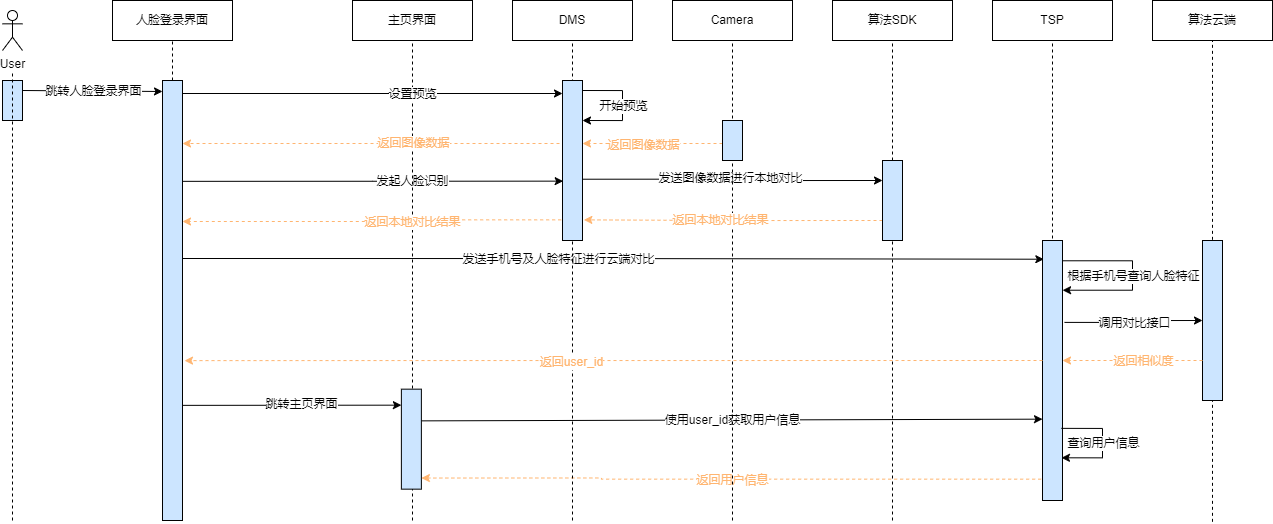
Earlier version of the draw.io export x9hp/人脸登录时序图.png (notigit/Image). Source tidied: cells renumbered, new cells last; positions are measured from the earlier drawing's top-left corner, leaving out a move shared by most shapes.
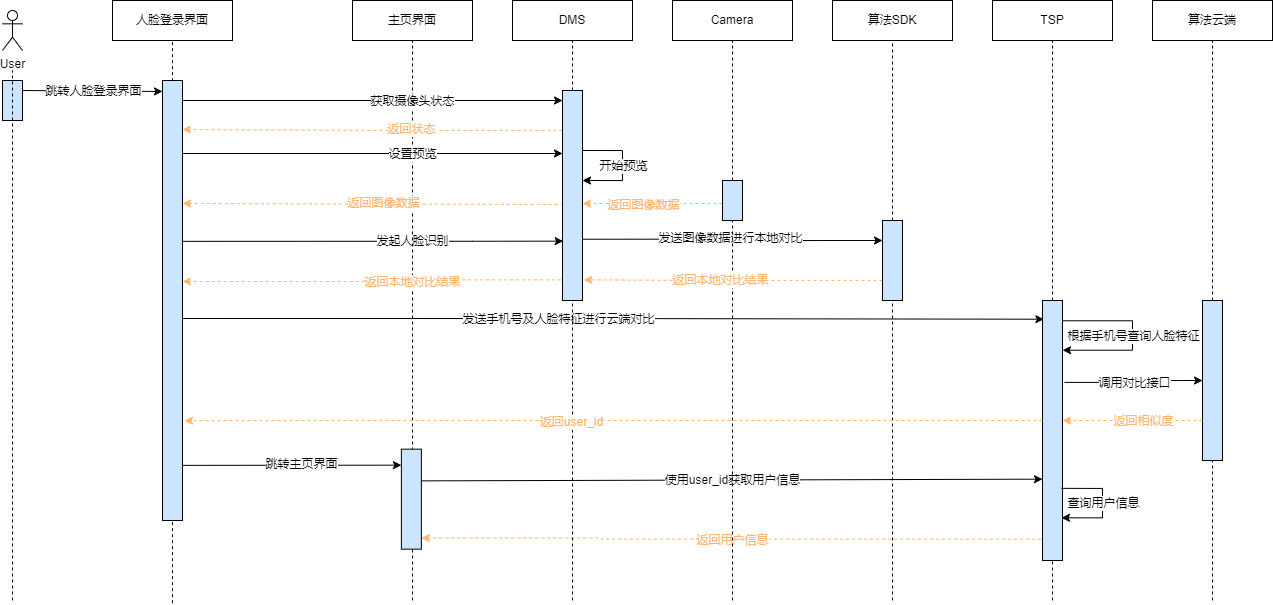
After the commit.

Commit message:
更新人脸登录时序图.png

Change to the diagram source:
```diff
@@ -16,16 +16,23 @@
     </mxCell>
     <mxCell id="6" style="endArrow=none;dashed=1;html=1;rounded=0;" parent="1" edge="1">
       <mxGeometry relative="1" as="geometry">
-        <mxPoint x="10" y="520" as="sourcePoint" />
+        <mxPoint x="10" y="600" as="sourcePoint" />
         <mxPoint x="10" y="70" as="targetPoint" />
       </mxGeometry>
     </mxCell>
-    <mxCell id="7" style="endArrow=none;dashed=1;html=1;rounded=0;startArrow=none;entryX=0.5;entryY=1;entryDx=0;entryDy=0;" parent="1" edge="1" source="62" target="2">
-      <mxGeometry relative="1" as="geometry" />
+    <mxCell id="7" style="endArrow=none;dashed=1;html=1;rounded=0;startArrow=none;entryX=0.5;entryY=1;entryDx=0;entryDy=0;" parent="1" edge="1" target="2">
+      <mxGeometry relative="1" as="geometry">
+        <mxPoint x="170" y="602.7" as="sourcePoint" />
+      </mxGeometry>
     </mxCell>
-    <mxCell id="8" style="edgeStyle=orthogonalEdgeStyle;rounded=0;jettySize=auto;html=1;entryX=0.033;entryY=0.629;entryDx=0;entryDy=0;entryPerimeter=0;fontColor=#FFB570;strokeColor=#000000;exitX=1.033;exitY=0.169;exitDx=0;exitDy=0;exitPerimeter=0;" parent="1" edge="1" target="36">
+    <mxCell id="8" style="edgeStyle=orthogonalEdgeStyle;rounded=0;orthogonalLoop=1;jettySize=auto;html=1;entryX=0.033;entryY=0.629;entryDx=0;entryDy=0;entryPerimeter=0;fontColor=#FFB570;strokeColor=#000000;exitX=1.033;exitY=0.169;exitDx=0;exitDy=0;exitPerimeter=0;" parent="1" edge="1">
       <mxGeometry relative="1" as="geometry">
-        <mxPoint x="180.7" y="180.8" as="sourcePoint" />
+        <mxPoint x="180.7" y="240.8" as="sourcePoint" />
+        <mxPoint x="560.7" y="240.6" as="targetPoint" />
+        <Array as="points">
+          <mxPoint x="470" y="241" />
+          <mxPoint x="470" y="241" />
+        </Array>
       </mxGeometry>
     </mxCell>
     <mxCell id="9" value="发起人脸识别" style="edgeLabel;html=1;align=center;verticalAlign=middle;fontColor=#000000;" parent="8" vertex="1">
@@ -35,7 +42,7 @@
     </mxCell>
     <mxCell id="10" style="edgeStyle=orthogonalEdgeStyle;rounded=0;jettySize=auto;html=1;entryX=0.067;entryY=0.072;entryDx=0;entryDy=0;fontColor=#000000;strokeColor=#000000;entryPerimeter=0;" parent="1" edge="1" target="15">
       <mxGeometry relative="1" as="geometry">
-        <mxPoint x="180" y="258" as="sourcePoint" />
+        <mxPoint x="180" y="318" as="sourcePoint" />
       </mxGeometry>
     </mxCell>
     <mxCell id="11" value="发送手机号及人脸特征进行云端对比" style="edgeLabel;html=1;align=center;verticalAlign=middle;fontColor=#000000;" parent="10" vertex="1">
@@ -43,7 +50,7 @@
     </mxCell>
     <mxCell id="12" style="endArrow=none;dashed=1;html=1;rounded=0;startArrow=none;entryX=0.5;entryY=1;entryDx=0;entryDy=0;" parent="1" edge="1" target="3">
       <mxGeometry relative="1" as="geometry">
-        <mxPoint x="1050" y="400" as="sourcePoint" />
+        <mxPoint x="1050" y="600" as="sourcePoint" />
       </mxGeometry>
     </mxCell>
     <mxCell id="13" style="edgeStyle=orthogonalEdgeStyle;rounded=0;jettySize=auto;html=1;exitX=1.1;exitY=0.315;exitDx=0;exitDy=0;entryX=0;entryY=0.5;entryDx=0;entryDy=0;fontColor=#000000;strokeColor=#000000;exitPerimeter=0;" parent="1" edge="1" source="15" target="54">
@@ -55,7 +62,7 @@
       </mxGeometry>
     </mxCell>
     <mxCell id="15" style="rounded=0;whiteSpace=wrap;html=1;fillColor=#CCE5FF;" parent="1" vertex="1">
-      <mxGeometry x="1040" y="240" width="20" height="260" as="geometry" />
+      <mxGeometry x="1040" y="300" width="20" height="260" as="geometry" />
     </mxCell>
     <mxCell id="16" style="endArrow=classic;html=1;rounded=0;exitX=1;exitY=0.25;exitDx=0;exitDy=0;" parent="1" edge="1" source="5">
       <mxGeometry relative="1" as="geometry">
@@ -74,8 +81,8 @@
     </mxCell>
     <mxCell id="19" style="endArrow=classic;html=1;rounded=0;fontSize=11;fontColor=#FFB570;strokeColor=#000000;fillColor=#FFF2CC;exitX=1;exitY=0.25;exitDx=0;exitDy=0;entryX=0;entryY=0.125;entryDx=0;entryDy=0;entryPerimeter=0;" parent="1" edge="1">
       <mxGeometry relative="1" as="geometry">
-        <mxPoint x="418.9" y="420.4" as="sourcePoint" />
-        <mxPoint x="1040" y="418.7" as="targetPoint" />
+        <mxPoint x="418.9" y="480.4" as="sourcePoint" />
+        <mxPoint x="1040" y="478.7" as="targetPoint" />
       </mxGeometry>
     </mxCell>
     <mxCell id="20" value="使用user_id获取用户信息" style="edgeLabel;html=1;align=center;verticalAlign=middle;fontSize=11;fontColor=#000000;fillColor=#FFB570;" parent="19" vertex="1">
@@ -83,11 +90,11 @@
     </mxCell>
     <mxCell id="21" style="endArrow=classic;html=1;rounded=0;fontSize=11;fontColor=#000000;strokeColor=#000000;fillColor=#FFF2CC;edgeStyle=orthogonalEdgeStyle;entryX=1.004;entryY=0.618;entryDx=0;entryDy=0;exitX=1;exitY=0.25;exitDx=0;exitDy=0;entryPerimeter=0;" parent="1" edge="1">
       <mxGeometry relative="1" as="geometry">
-        <mxPoint x="1058.9" y="427.9" as="sourcePoint" />
-        <mxPoint x="1059" y="457.3" as="targetPoint" />
+        <mxPoint x="1058.9" y="487.9" as="sourcePoint" />
+        <mxPoint x="1059" y="517.3" as="targetPoint" />
         <Array as="points">
-          <mxPoint x="1100" y="427.7" />
-          <mxPoint x="1100" y="457.7" />
+          <mxPoint x="1100" y="487.7" />
+          <mxPoint x="1100" y="517.7" />
         </Array>
       </mxGeometry>
     </mxCell>
@@ -96,10 +103,10 @@
     </mxCell>
     <mxCell id="23" style="edgeStyle=orthogonalEdgeStyle;rounded=0;orthogonalLoop=1;jettySize=auto;html=1;exitX=-0.067;exitY=0.875;exitDx=0;exitDy=0;fontSize=11;dashed=1;fillColor=#FFF2CC;strokeColor=#FFB570;exitPerimeter=0;" parent="1" edge="1">
       <mxGeometry relative="1" as="geometry">
-        <mxPoint x="1038.7" y="478.7" as="sourcePoint" />
-        <mxPoint x="418.9" y="477.5" as="targetPoint" />
+        <mxPoint x="1038.7" y="538.7" as="sourcePoint" />
+        <mxPoint x="418.9" y="537.5" as="targetPoint" />
         <Array as="points">
-          <mxPoint x="599" y="477.7" />
+          <mxPoint x="599" y="537.7" />
         </Array>
       </mxGeometry>
     </mxCell>
@@ -113,16 +120,16 @@
     </mxCell>
     <mxCell id="26" style="endArrow=none;dashed=1;html=1;rounded=0;startArrow=none;entryX=0.5;entryY=1;entryDx=0;entryDy=0;" parent="1" edge="1" target="25">
       <mxGeometry relative="1" as="geometry">
-        <mxPoint x="410" y="520" as="sourcePoint" />
+        <mxPoint x="410" y="600" as="sourcePoint" />
       </mxGeometry>
     </mxCell>
     <mxCell id="27" style="rounded=0;whiteSpace=wrap;html=1;fillColor=#CCE5FF;" parent="1" vertex="1">
-      <mxGeometry x="398.9" y="388.7" width="20" height="100" as="geometry" />
+      <mxGeometry x="398.9" y="448.7" width="20" height="100" as="geometry" />
     </mxCell>
     <mxCell id="28" style="endArrow=classic;html=1;rounded=0;fontSize=11;fontColor=#000000;strokeColor=#000000;fillColor=#FFF2CC;exitX=1.056;exitY=0.554;exitDx=0;exitDy=0;exitPerimeter=0;" parent="1" edge="1">
       <mxGeometry relative="1" as="geometry">
-        <mxPoint x="180" y="404.9" as="sourcePoint" />
-        <mxPoint x="398.9" y="404.7" as="targetPoint" />
+        <mxPoint x="180" y="464.9" as="sourcePoint" />
+        <mxPoint x="398.9" y="464.7" as="targetPoint" />
       </mxGeometry>
     </mxCell>
     <mxCell id="29" value="跳转主页界面" style="edgeLabel;html=1;align=center;verticalAlign=middle;fontSize=11;fontColor=#000000;fillColor=#FFB570;" parent="28" vertex="1">
@@ -135,14 +142,14 @@
     </mxCell>
     <mxCell id="31" style="endArrow=none;dashed=1;html=1;rounded=0;startArrow=none;entryX=0.5;entryY=1;entryDx=0;entryDy=0;" parent="1" edge="1" target="30">
       <mxGeometry relative="1" as="geometry">
-        <mxPoint x="570" y="520" as="sourcePoint" />
+        <mxPoint x="570" y="600" as="sourcePoint" />
       </mxGeometry>
     </mxCell>
-    <mxCell id="32" style="edgeStyle=orthogonalEdgeStyle;rounded=0;jettySize=auto;html=1;exitX=0;exitY=0.75;exitDx=0;exitDy=0;dashed=1;fontColor=#FFB570;strokeColor=#FFB570;" parent="1" edge="1" source="36">
+    <mxCell id="32" style="edgeStyle=orthogonalEdgeStyle;rounded=0;jettySize=auto;html=1;exitX=0.067;exitY=0.543;exitDx=0;exitDy=0;dashed=1;fontColor=#FFB570;strokeColor=#FFB570;exitPerimeter=0;" parent="1" edge="1" source="68">
       <mxGeometry relative="1" as="geometry">
-        <mxPoint x="180" y="143" as="targetPoint" />
+        <mxPoint x="180" y="203" as="targetPoint" />
         <Array as="points">
-          <mxPoint x="180" y="143" />
+          <mxPoint x="561" y="203" />
         </Array>
       </mxGeometry>
     </mxCell>
@@ -151,32 +158,31 @@
         <mxPoint x="-2" as="offset" />
       </mxGeometry>
     </mxCell>
-    <mxCell id="34" style="edgeStyle=orthogonalEdgeStyle;rounded=0;jettySize=auto;html=1;exitX=0.967;exitY=0.617;exitDx=0;exitDy=0;fontColor=#FFB570;strokeColor=#000000;entryX=0;entryY=0.25;entryDx=0;entryDy=0;exitPerimeter=0;" parent="1" edge="1" source="36" target="50">
-      <mxGeometry relative="1" as="geometry" />
+    <mxCell id="34" style="edgeStyle=orthogonalEdgeStyle;rounded=0;jettySize=auto;html=1;exitX=0.967;exitY=0.617;exitDx=0;exitDy=0;fontColor=#FFB570;strokeColor=#000000;entryX=0;entryY=0.25;entryDx=0;entryDy=0;exitPerimeter=0;" parent="1" edge="1" target="50">
+      <mxGeometry relative="1" as="geometry">
+        <mxPoint x="579.3" y="238.7" as="sourcePoint" />
+      </mxGeometry>
     </mxCell>
     <mxCell id="35" value="发送图像数据进行本地对比" style="edgeLabel;html=1;align=center;verticalAlign=middle;fontColor=#000000;" parent="34" vertex="1">
       <mxGeometry x="-0.14" y="1" relative="1" as="geometry">
         <mxPoint x="19" as="offset" />
       </mxGeometry>
     </mxCell>
-    <mxCell id="36" style="rounded=0;whiteSpace=wrap;html=1;fillColor=#CCE5FF;" parent="1" vertex="1">
-      <mxGeometry x="560" y="80" width="20" height="160" as="geometry" />
-    </mxCell>
     <mxCell id="37" value="Camera" style="rounded=0;whiteSpace=wrap;html=1;" parent="1" vertex="1">
       <mxGeometry x="670" width="120" height="40" as="geometry" />
     </mxCell>
     <mxCell id="38" style="endArrow=none;dashed=1;html=1;rounded=0;startArrow=none;entryX=0.5;entryY=1;entryDx=0;entryDy=0;" parent="1" edge="1" target="37">
       <mxGeometry relative="1" as="geometry">
-        <mxPoint x="730" y="520" as="sourcePoint" />
+        <mxPoint x="730" y="600" as="sourcePoint" />
       </mxGeometry>
     </mxCell>
     <mxCell id="39" style="edgeStyle=orthogonalEdgeStyle;rounded=0;orthogonalLoop=1;jettySize=auto;html=1;dashed=1;strokeColor=#FFB570;" parent="1" edge="1">
       <mxGeometry relative="1" as="geometry">
-        <mxPoint x="720" y="143" as="sourcePoint" />
-        <mxPoint x="580" y="143" as="targetPoint" />
+        <mxPoint x="720" y="203" as="sourcePoint" />
+        <mxPoint x="580" y="203" as="targetPoint" />
         <Array as="points">
-          <mxPoint x="640" y="143" />
-          <mxPoint x="640" y="143" />
+          <mxPoint x="640" y="203" />
+          <mxPoint x="640" y="203" />
         </Array>
       </mxGeometry>
     </mxCell>
@@ -184,15 +190,15 @@
       <mxGeometry x="0.14" y="1" relative="1" as="geometry" />
     </mxCell>
     <mxCell id="41" style="rounded=0;whiteSpace=wrap;html=1;fillColor=#CCE5FF;" parent="1" vertex="1">
-      <mxGeometry x="720" y="120" width="20" height="40" as="geometry" />
+      <mxGeometry x="720" y="180" width="20" height="40" as="geometry" />
     </mxCell>
     <mxCell id="42" style="endArrow=classic;html=1;rounded=0;fontSize=11;edgeStyle=orthogonalEdgeStyle;" parent="1" edge="1">
       <mxGeometry relative="1" as="geometry">
-        <mxPoint x="580" y="90" as="sourcePoint" />
-        <mxPoint x="580" y="120" as="targetPoint" />
+        <mxPoint x="580" y="150" as="sourcePoint" />
+        <mxPoint x="580" y="180" as="targetPoint" />
         <Array as="points">
-          <mxPoint x="620" y="90" />
-          <mxPoint x="620" y="120" />
+          <mxPoint x="620" y="150" />
+          <mxPoint x="620" y="180" />
         </Array>
       </mxGeometry>
     </mxCell>
@@ -210,26 +216,33 @@
     </mxCell>
     <mxCell id="47" style="endArrow=none;dashed=1;html=1;rounded=0;startArrow=none;entryX=0.5;entryY=1;entryDx=0;entryDy=0;" parent="1" edge="1" target="46">
       <mxGeometry relative="1" as="geometry">
-        <mxPoint x="1210" y="521.3" as="sourcePoint" />
+        <mxPoint x="1210" y="600" as="sourcePoint" />
       </mxGeometry>
     </mxCell>
-    <mxCell id="48" style="edgeStyle=orthogonalEdgeStyle;rounded=0;jettySize=auto;html=1;exitX=0;exitY=0.75;exitDx=0;exitDy=0;entryX=1.067;entryY=0.871;entryDx=0;entryDy=0;entryPerimeter=0;fontColor=#000000;strokeColor=#FFB570;dashed=1;" parent="1" edge="1" source="50" target="36">
-      <mxGeometry relative="1" as="geometry" />
+    <mxCell id="48" style="edgeStyle=orthogonalEdgeStyle;rounded=0;jettySize=auto;html=1;exitX=0;exitY=0.75;exitDx=0;exitDy=0;entryX=1.067;entryY=0.871;entryDx=0;entryDy=0;entryPerimeter=0;fontColor=#000000;strokeColor=#FFB570;dashed=1;" parent="1" edge="1" source="50">
+      <mxGeometry relative="1" as="geometry">
+        <mxPoint x="581.3" y="279.4" as="targetPoint" />
+      </mxGeometry>
     </mxCell>
     <mxCell id="49" value="返回本地对比结果" style="edgeLabel;html=1;align=center;verticalAlign=middle;fontColor=#FFB570;" parent="48" vertex="1">
       <mxGeometry x="0.1" relative="1" as="geometry" />
     </mxCell>
     <mxCell id="50" style="rounded=0;whiteSpace=wrap;html=1;fillColor=#CCE5FF;" parent="1" vertex="1">
-      <mxGeometry x="880" y="160" width="20" height="80" as="geometry" />
+      <mxGeometry x="880" y="220" width="20" height="80" as="geometry" />
     </mxCell>
     <mxCell id="51" style="endArrow=none;dashed=1;html=1;rounded=0;startArrow=none;entryX=0.5;entryY=1;entryDx=0;entryDy=0;" parent="1" edge="1" target="50">
       <mxGeometry relative="1" as="geometry">
-        <mxPoint x="890" y="520" as="sourcePoint" />
+        <mxPoint x="890" y="600" as="sourcePoint" />
       </mxGeometry>
     </mxCell>
-    <mxCell id="52" style="edgeStyle=orthogonalEdgeStyle;rounded=0;jettySize=auto;html=1;exitX=-0.067;exitY=0.871;exitDx=0;exitDy=0;fontColor=#000000;strokeColor=#FFB570;dashed=1;exitPerimeter=0;" parent="1" edge="1" source="36">
+    <mxCell id="52" style="edgeStyle=orthogonalEdgeStyle;rounded=0;orthogonalLoop=1;jettySize=auto;html=1;exitX=-0.067;exitY=0.871;exitDx=0;exitDy=0;fontColor=#000000;strokeColor=#FFB570;dashed=1;exitPerimeter=0;" parent="1" edge="1">
       <mxGeometry relative="1" as="geometry">
-        <mxPoint x="180" y="221" as="targetPoint" />
+        <mxPoint x="558.7" y="279.4" as="sourcePoint" />
+        <mxPoint x="180" y="281" as="targetPoint" />
+        <Array as="points">
+          <mxPoint x="369" y="279" />
+          <mxPoint x="369" y="281" />
+        </Array>
       </mxGeometry>
     </mxCell>
     <mxCell id="53" value="返回本地对比结果" style="edgeLabel;html=1;align=center;verticalAlign=middle;fontColor=#FFB570;" parent="52" vertex="1">
@@ -238,20 +251,20 @@
       </mxGeometry>
     </mxCell>
     <mxCell id="54" style="rounded=0;whiteSpace=wrap;html=1;fillColor=#CCE5FF;" parent="1" vertex="1">
-      <mxGeometry x="1200" y="240" width="20" height="160" as="geometry" />
+      <mxGeometry x="1200" y="300" width="20" height="160" as="geometry" />
     </mxCell>
     <mxCell id="55" style="endArrow=none;dashed=1;html=1;rounded=0;startArrow=none;entryX=0.5;entryY=1;entryDx=0;entryDy=0;" parent="1" edge="1" target="54">
       <mxGeometry relative="1" as="geometry">
-        <mxPoint x="1210" y="400" as="sourcePoint" />
+        <mxPoint x="1210" y="460" as="sourcePoint" />
       </mxGeometry>
     </mxCell>
     <mxCell id="56" style="endArrow=classic;html=1;rounded=0;fontSize=11;fontColor=#000000;strokeColor=#000000;fillColor=#FFF2CC;edgeStyle=orthogonalEdgeStyle;entryX=1.004;entryY=0.618;entryDx=0;entryDy=0;exitX=1;exitY=0.25;exitDx=0;exitDy=0;entryPerimeter=0;" parent="1" edge="1">
       <mxGeometry relative="1" as="geometry">
-        <mxPoint x="1060" y="260.3" as="sourcePoint" />
-        <mxPoint x="1060.1" y="289.7" as="targetPoint" />
+        <mxPoint x="1060" y="320.3" as="sourcePoint" />
+        <mxPoint x="1060.1" y="349.7" as="targetPoint" />
         <Array as="points">
-          <mxPoint x="1130" y="260" />
-          <mxPoint x="1130" y="290" />
+          <mxPoint x="1130" y="320" />
+          <mxPoint x="1130" y="350" />
         </Array>
       </mxGeometry>
     </mxCell>
@@ -260,7 +273,7 @@
     </mxCell>
     <mxCell id="58" style="edgeStyle=orthogonalEdgeStyle;rounded=0;jettySize=auto;html=1;exitX=0;exitY=0.75;exitDx=0;exitDy=0;fontColor=#000000;strokeColor=#FFB570;dashed=1;" parent="1" edge="1" source="54">
       <mxGeometry relative="1" as="geometry">
-        <mxPoint x="1060" y="360" as="targetPoint" />
+        <mxPoint x="1060" y="420" as="targetPoint" />
       </mxGeometry>
     </mxCell>
     <mxCell id="59" value="返回相似度" style="edgeLabel;html=1;align=center;verticalAlign=middle;fontColor=#FFB570;" parent="58" vertex="1">
@@ -270,11 +283,11 @@
     </mxCell>
     <mxCell id="60" style="edgeStyle=orthogonalEdgeStyle;rounded=0;orthogonalLoop=1;jettySize=auto;html=1;fontSize=11;dashed=1;fillColor=#FFF2CC;strokeColor=#FFB570;entryX=1.1;entryY=0.667;entryDx=0;entryDy=0;entryPerimeter=0;" parent="1" edge="1">
       <mxGeometry relative="1" as="geometry">
-        <mxPoint x="1040" y="360" as="sourcePoint" />
-        <mxPoint x="182" y="360.1" as="targetPoint" />
+        <mxPoint x="1040" y="420" as="sourcePoint" />
+        <mxPoint x="182" y="420.1" as="targetPoint" />
         <Array as="points">
-          <mxPoint x="400" y="360" />
-          <mxPoint x="400" y="360" />
+          <mxPoint x="400" y="420" />
+          <mxPoint x="400" y="420" />
         </Array>
       </mxGeometry>
     </mxCell>
@@ -286,15 +299,16 @@
     <mxCell id="62" style="rounded=0;whiteSpace=wrap;html=1;fillColor=#CCE5FF;" parent="1" vertex="1">
       <mxGeometry x="160" y="80" width="20" height="440" as="geometry" />
     </mxCell>
-    <mxCell id="63" style="endArrow=none;dashed=1;html=1;rounded=0;startArrow=none;entryX=0.5;entryY=1;entryDx=0;entryDy=0;" parent="1" edge="1" target="62">
+    <mxCell id="63" style="endArrow=none;dashed=1;html=1;rounded=0;startArrow=none;entryX=0.5;entryY=1;entryDx=0;entryDy=0;" parent="1" edge="1">
       <mxGeometry relative="1" as="geometry">
-        <mxPoint x="170" y="520" as="sourcePoint" />
+        <mxPoint x="170" y="580" as="sourcePoint" />
+        <mxPoint x="170" y="580" as="targetPoint" />
       </mxGeometry>
     </mxCell>
     <mxCell id="64" style="edgeStyle=orthogonalEdgeStyle;rounded=0;orthogonalLoop=1;jettySize=auto;html=1;fontColor=#FFB570;strokeColor=#000000;" parent="1" edge="1">
       <mxGeometry relative="1" as="geometry">
-        <mxPoint x="180" y="93" as="sourcePoint" />
-        <mxPoint x="560" y="93" as="targetPoint" />
+        <mxPoint x="180" y="153" as="sourcePoint" />
+        <mxPoint x="560" y="153" as="targetPoint" />
       </mxGeometry>
     </mxCell>
     <mxCell id="65" value="设置预览" style="edgeLabel;html=1;align=center;verticalAlign=middle;fontColor=#000000;" parent="64" vertex="1">
@@ -302,5 +316,33 @@
         <mxPoint x="56" as="offset" />
       </mxGeometry>
     </mxCell>
+    <mxCell id="66" style="edgeStyle=orthogonalEdgeStyle;rounded=0;jettySize=auto;html=1;exitX=0;exitY=0.19;exitDx=0;exitDy=0;dashed=1;strokeColor=#FFB570;exitPerimeter=0;" parent="1" edge="1" source="68">
+      <mxGeometry relative="1" as="geometry">
+        <mxPoint x="180" y="130" as="targetPoint" />
+        <Array as="points">
+          <mxPoint x="370" y="129" />
+          <mxPoint x="370" y="129" />
+        </Array>
+      </mxGeometry>
+    </mxCell>
+    <mxCell id="67" value="返回状态" style="edgeLabel;html=1;align=center;verticalAlign=middle;fontColor=#FFB570;" parent="66" vertex="1">
+      <mxGeometry x="0.12" y="-1" relative="1" as="geometry">
+        <mxPoint x="63" as="offset" />
+      </mxGeometry>
+    </mxCell>
+    <mxCell id="68" style="rounded=0;whiteSpace=wrap;html=1;fillColor=#CCE5FF;" parent="1" vertex="1">
+      <mxGeometry x="560" y="90" width="20" height="210" as="geometry" />
+    </mxCell>
+    <mxCell id="69" style="edgeStyle=orthogonalEdgeStyle;rounded=0;orthogonalLoop=1;jettySize=auto;html=1;fontColor=#FFB570;strokeColor=#000000;" parent="1" edge="1">
+      <mxGeometry relative="1" as="geometry">
+        <mxPoint x="180" y="100" as="sourcePoint" />
+        <mxPoint x="560" y="100" as="targetPoint" />
+      </mxGeometry>
+    </mxCell>
+    <mxCell id="70" value="获取摄像头状态" style="edgeLabel;html=1;align=center;verticalAlign=middle;fontColor=#000000;" parent="69" vertex="1">
+      <mxGeometry x="-0.09" relative="1" as="geometry">
+        <mxPoint x="56" as="offset" />
+      </mxGeometry>
+    </mxCell>
   </root>
 </mxGraphModel>
```
